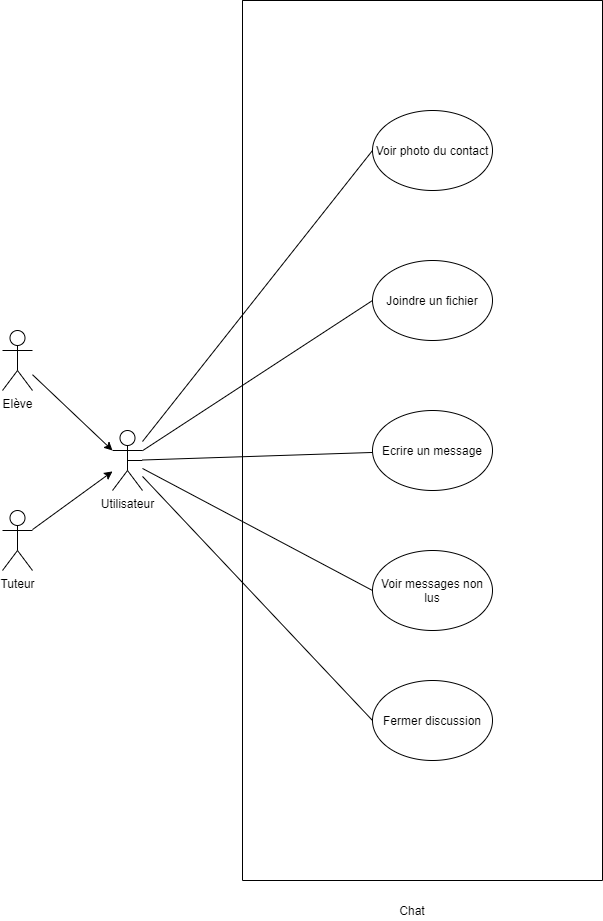
Above: Use Case Diagram/03_Use Case Diagram-Chat.png in Neurodium/P3-LearnAtHome (draw.io), before the change. Source tidied: cells renumbered, new cells last; positions are measured from the earlier drawing's top-left corner, leaving out a move shared by most shapes. Source of this version:
```xml
<mxGraphModel>
  <root>
    <mxCell id="0" />
    <mxCell id="1" parent="0" />
    <mxCell id="2" style="swimlane;startSize=0;" parent="1" vertex="1">
      <mxGeometry x="240" width="360" height="880" as="geometry" />
    </mxCell>
    <mxCell id="3" value="Voir photo du contact" style="ellipse;whiteSpace=wrap;html=1;" parent="2" vertex="1">
      <mxGeometry x="130" y="110" width="120" height="80" as="geometry" />
    </mxCell>
    <mxCell id="4" value="Fermer discussion" style="ellipse;whiteSpace=wrap;html=1;" parent="2" vertex="1">
      <mxGeometry x="130" y="680" width="120" height="80" as="geometry" />
    </mxCell>
    <mxCell id="5" value="Voir messages non lus" style="ellipse;whiteSpace=wrap;html=1;" parent="2" vertex="1">
      <mxGeometry x="130" y="550" width="120" height="80" as="geometry" />
    </mxCell>
    <mxCell id="6" value="Ecrire un message" style="ellipse;whiteSpace=wrap;html=1;" parent="2" vertex="1">
      <mxGeometry x="130" y="410" width="120" height="80" as="geometry" />
    </mxCell>
    <mxCell id="7" value="Joindre un fichier" style="ellipse;whiteSpace=wrap;html=1;" parent="2" vertex="1">
      <mxGeometry x="130" y="260" width="120" height="80" as="geometry" />
    </mxCell>
    <mxCell id="8" style="edgeStyle=none;rounded=0;jettySize=auto;html=1;endArrow=none;endFill=0;" parent="1" edge="1" source="13" target="6">
      <mxGeometry relative="1" as="geometry" />
    </mxCell>
    <mxCell id="9" style="edgeStyle=none;rounded=0;jettySize=auto;html=1;entryX=0;entryY=0.5;entryDx=0;entryDy=0;endArrow=none;endFill=0;" parent="1" edge="1" source="13" target="7">
      <mxGeometry relative="1" as="geometry" />
    </mxCell>
    <mxCell id="10" style="edgeStyle=none;rounded=0;jettySize=auto;html=1;entryX=0;entryY=0.5;entryDx=0;entryDy=0;endArrow=none;endFill=0;" parent="1" edge="1" source="13" target="3">
      <mxGeometry relative="1" as="geometry" />
    </mxCell>
    <mxCell id="11" style="edgeStyle=none;rounded=0;jettySize=auto;html=1;entryX=0;entryY=0.5;entryDx=0;entryDy=0;endArrow=none;endFill=0;" parent="1" edge="1" source="13" target="5">
      <mxGeometry relative="1" as="geometry" />
    </mxCell>
    <mxCell id="12" style="edgeStyle=none;rounded=0;jettySize=auto;html=1;entryX=0;entryY=0.5;entryDx=0;entryDy=0;endArrow=none;endFill=0;" parent="1" edge="1" source="13" target="4">
      <mxGeometry relative="1" as="geometry" />
    </mxCell>
    <mxCell id="13" value="Utilisateur" style="shape=umlActor;verticalLabelPosition=bottom;verticalAlign=top;html=1;outlineConnect=0;" parent="1" vertex="1">
      <mxGeometry x="110" y="430" width="30" height="60" as="geometry" />
    </mxCell>
    <mxCell id="14" style="edgeStyle=none;rounded=0;jettySize=auto;html=1;" parent="1" edge="1" source="15" target="13">
      <mxGeometry relative="1" as="geometry" />
    </mxCell>
    <mxCell id="15" value="Tuteur" style="shape=umlActor;verticalLabelPosition=bottom;verticalAlign=top;html=1;outlineConnect=0;" parent="1" vertex="1">
      <mxGeometry y="510" width="30" height="60" as="geometry" />
    </mxCell>
    <mxCell id="16" style="edgeStyle=none;rounded=0;orthogonalLoop=1;jettySize=auto;html=1;exitX=0.5;exitY=0.5;exitDx=0;exitDy=0;exitPerimeter=0;endArrow=none;endFill=0;" parent="1" edge="1" source="13" target="13">
      <mxGeometry relative="1" as="geometry" />
    </mxCell>
    <mxCell id="17" style="edgeStyle=none;rounded=0;jettySize=auto;html=1;entryX=0;entryY=0.3333333333333333;entryDx=0;entryDy=0;entryPerimeter=0;" parent="1" edge="1" source="18" target="13">
      <mxGeometry relative="1" as="geometry" />
    </mxCell>
    <mxCell id="18" value="Elève" style="shape=umlActor;verticalLabelPosition=bottom;verticalAlign=top;html=1;outlineConnect=0;" parent="1" vertex="1">
      <mxGeometry y="330" width="30" height="60" as="geometry" />
    </mxCell>
    <mxCell id="19" value="Chat" style="text;html=1;strokeColor=none;fillColor=none;align=center;verticalAlign=middle;whiteSpace=wrap;rounded=0;" parent="1" vertex="1">
      <mxGeometry x="390" y="900" width="40" height="20" as="geometry" />
    </mxCell>
  </root>
</mxGraphModel>
```
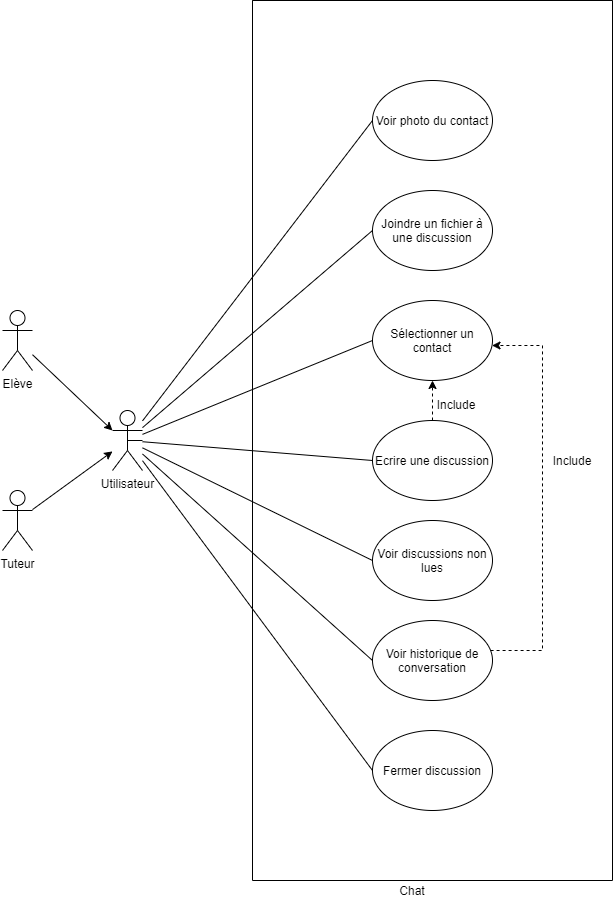
After the change.

Diff of the diagram source:
```diff
@@ -3,26 +3,46 @@
     <mxCell id="0" />
     <mxCell id="1" parent="0" />
     <mxCell id="2" style="swimlane;startSize=0;" parent="1" vertex="1">
-      <mxGeometry x="240" width="360" height="880" as="geometry" />
+      <mxGeometry x="250" y="20" width="360" height="880" as="geometry" />
     </mxCell>
     <mxCell id="3" value="Voir photo du contact" style="ellipse;whiteSpace=wrap;html=1;" parent="2" vertex="1">
-      <mxGeometry x="130" y="110" width="120" height="80" as="geometry" />
+      <mxGeometry x="120" y="80" width="120" height="80" as="geometry" />
     </mxCell>
     <mxCell id="4" value="Fermer discussion" style="ellipse;whiteSpace=wrap;html=1;" parent="2" vertex="1">
-      <mxGeometry x="130" y="680" width="120" height="80" as="geometry" />
+      <mxGeometry x="120" y="730" width="120" height="80" as="geometry" />
     </mxCell>
-    <mxCell id="5" value="Voir messages non lus" style="ellipse;whiteSpace=wrap;html=1;" parent="2" vertex="1">
-      <mxGeometry x="130" y="550" width="120" height="80" as="geometry" />
+    <mxCell id="5" value="Voir discussions non lues" style="ellipse;whiteSpace=wrap;html=1;" parent="2" vertex="1">
+      <mxGeometry x="120" y="520" width="120" height="80" as="geometry" />
     </mxCell>
+    <mxCell id="20" style="edgeStyle=none;rounded=0;jettySize=auto;html=1;entryX=0.5;entryY=1;entryDx=0;entryDy=0;endArrow=classic;endFill=1;dashed=1;" parent="2" edge="1" source="6" target="21">
+      <mxGeometry relative="1" as="geometry" />
+    </mxCell>
-    <mxCell id="6" value="Ecrire un message" style="ellipse;whiteSpace=wrap;html=1;" parent="2" vertex="1">
-      <mxGeometry x="130" y="410" width="120" height="80" as="geometry" />
+    <mxCell id="6" value="Ecrire une discussion" style="ellipse;whiteSpace=wrap;html=1;" parent="2" vertex="1">
+      <mxGeometry x="120" y="420" width="120" height="80" as="geometry" />
     </mxCell>
-    <mxCell id="7" value="Joindre un fichier" style="ellipse;whiteSpace=wrap;html=1;" parent="2" vertex="1">
-      <mxGeometry x="130" y="260" width="120" height="80" as="geometry" />
+    <mxCell id="7" value="Joindre un fichier à une discussion" style="ellipse;whiteSpace=wrap;html=1;" parent="2" vertex="1">
+      <mxGeometry x="120" y="190" width="120" height="80" as="geometry" />
     </mxCell>
-    <mxCell id="8" style="edgeStyle=none;rounded=0;jettySize=auto;html=1;endArrow=none;endFill=0;" parent="1" edge="1" source="13" target="6">
-      <mxGeometry relative="1" as="geometry" />
-    </mxCell>
+    <mxCell id="21" value="Sélectionner un contact" style="ellipse;whiteSpace=wrap;html=1;" parent="2" vertex="1">
+      <mxGeometry x="120" y="300" width="120" height="80" as="geometry" />
+    </mxCell>
+    <mxCell id="22" value="Include" style="text;html=1;strokeColor=none;fillColor=none;align=center;verticalAlign=middle;whiteSpace=wrap;rounded=0;" parent="2" vertex="1">
+      <mxGeometry x="184" y="394" width="40" height="20" as="geometry" />
+    </mxCell>
+    <mxCell id="23" style="edgeStyle=orthogonalEdgeStyle;rounded=0;jettySize=auto;html=1;dashed=1;endArrow=classic;endFill=1;" parent="2" edge="1" source="24" target="21">
+      <mxGeometry relative="1" as="geometry">
+        <Array as="points">
+          <mxPoint x="290" y="650" />
+          <mxPoint x="290" y="345" />
+        </Array>
+      </mxGeometry>
+    </mxCell>
+    <mxCell id="24" value="Voir historique de conversation" style="ellipse;whiteSpace=wrap;html=1;" parent="2" vertex="1">
+      <mxGeometry x="120" y="620" width="120" height="80" as="geometry" />
+    </mxCell>
+    <mxCell id="25" value="Include" style="text;html=1;strokeColor=none;fillColor=none;align=center;verticalAlign=middle;whiteSpace=wrap;rounded=0;" parent="2" vertex="1">
+      <mxGeometry x="300" y="450" width="40" height="20" as="geometry" />
+    </mxCell>
     <mxCell id="9" style="edgeStyle=none;rounded=0;jettySize=auto;html=1;entryX=0;entryY=0.5;entryDx=0;entryDy=0;endArrow=none;endFill=0;" parent="1" edge="1" source="13" target="7">
       <mxGeometry relative="1" as="geometry" />
     </mxCell>
@@ -35,6 +55,15 @@
     <mxCell id="12" style="edgeStyle=none;rounded=0;jettySize=auto;html=1;entryX=0;entryY=0.5;entryDx=0;entryDy=0;endArrow=none;endFill=0;" parent="1" edge="1" source="13" target="4">
       <mxGeometry relative="1" as="geometry" />
     </mxCell>
+    <mxCell id="26" style="edgeStyle=none;rounded=0;jettySize=auto;html=1;entryX=0;entryY=0.5;entryDx=0;entryDy=0;endArrow=none;endFill=0;" parent="1" edge="1" source="13" target="21">
+      <mxGeometry relative="1" as="geometry" />
+    </mxCell>
+    <mxCell id="8" style="edgeStyle=none;rounded=0;jettySize=auto;html=1;entryX=0;entryY=0.5;entryDx=0;entryDy=0;endArrow=none;endFill=0;" parent="1" edge="1" source="13" target="6">
+      <mxGeometry relative="1" as="geometry" />
+    </mxCell>
+    <mxCell id="27" style="rounded=0;jettySize=auto;html=1;entryX=0;entryY=0.5;entryDx=0;entryDy=0;endArrow=none;endFill=0;" parent="1" edge="1" source="13" target="24">
+      <mxGeometry relative="1" as="geometry" />
+    </mxCell>
     <mxCell id="13" value="Utilisateur" style="shape=umlActor;verticalLabelPosition=bottom;verticalAlign=top;html=1;outlineConnect=0;" parent="1" vertex="1">
       <mxGeometry x="110" y="430" width="30" height="60" as="geometry" />
     </mxCell>
```
